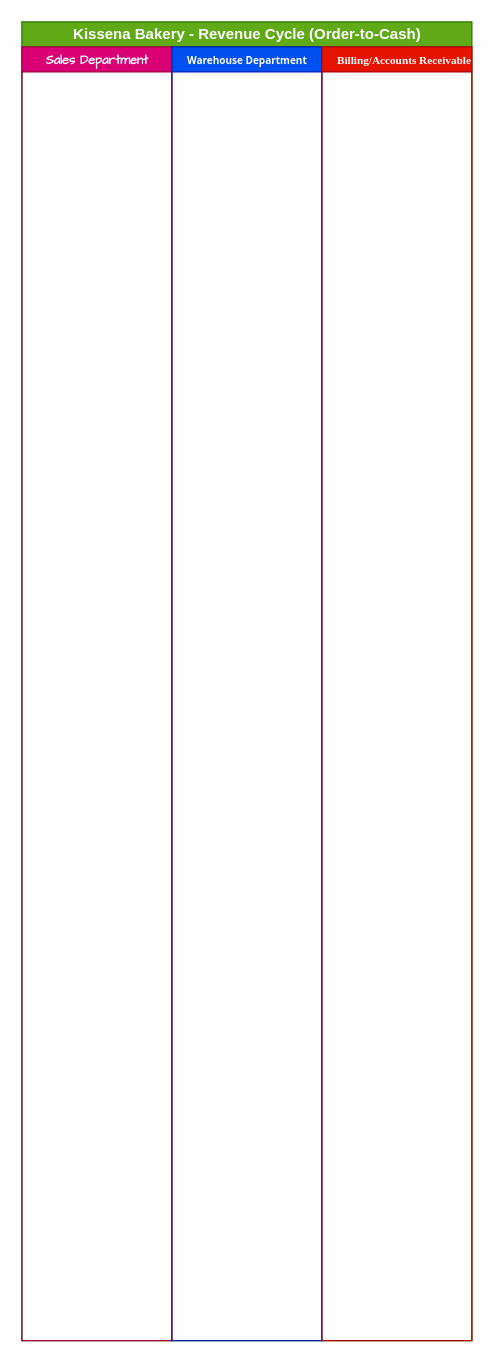
The draw.io diagram Revenue_Cycle_Controls.drawio in daisylealgarcia-hue/drawio, before the edit. Source tidied: cells renumbered, new cells numbered last; positions are measured from the earlier drawing's top-left corner, leaving out a move shared by most shapes. Both pictures are drawn from the tidied source at 125%, with x=0, y=0 at pixel (21, 21).
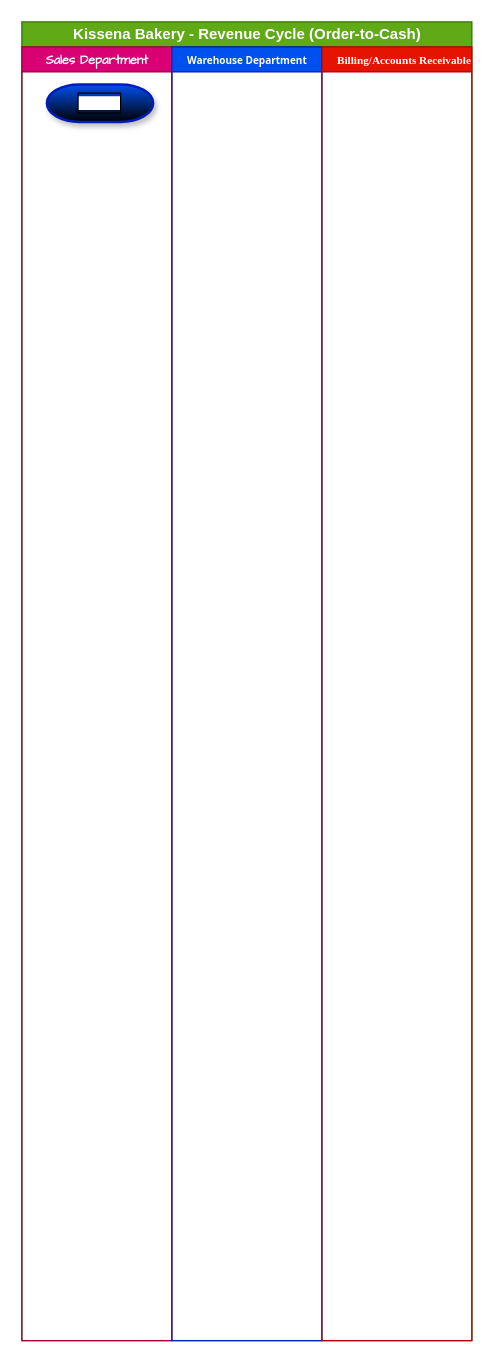
The same diagram, later.

Change to the diagram source:
```diff
@@
 <mxGraphModel>
   <root>
     <mxCell id="0" />
     <mxCell id="1" parent="0" />
     <mxCell id="2" value="Kissena Bakery - Revenue Cycle (Order-to-Cash)" style="swimlane;startSize=20;html=1;fillColor=#60a917;fontColor=#ffffff;strokeColor=#2D7600;" parent="1" vertex="1">
       <mxGeometry width="360" height="1055" as="geometry" />
     </mxCell>
     <mxCell id="3" value="&lt;font face=&quot;Comic Sans MS&quot; style=&quot;font-size: 10px;&quot;&gt;Sales Department&lt;/font&gt;" style="swimlane;startSize=20;html=1;fillColor=#d80073;fontColor=#ffffff;strokeColor=#A50040;" parent="2" vertex="1">
       <mxGeometry y="20" width="120" height="1035" as="geometry" />
     </mxCell>
+    <mxCell id="6" value="&lt;font style=&quot;font-size: 10px; background-color: light-dark(rgb(255, 255, 255), rgb(169, 196, 235));&quot;&gt;START&lt;/font&gt;" style="strokeWidth=2;html=1;shape=mxgraph.flowchart.terminator;whiteSpace=wrap;fillColor=#0050ef;fontColor=#ffffff;strokeColor=#001DBC;shadow=1;gradientColor=default;fontStyle=1;labelBorderColor=default;" parent="3" vertex="1">
+      <mxGeometry x="20" y="30" width="85" height="30" as="geometry" />
+    </mxCell>
     <mxCell id="4" value="&lt;font style=&quot;font-size: 8px;&quot; face=&quot;Tahoma&quot;&gt;Warehouse Department&lt;/font&gt;" style="swimlane;startSize=20;html=1;fillColor=#0050ef;fontColor=#ffffff;strokeColor=#001DBC;" parent="2" vertex="1">
       <mxGeometry x="120" y="20" width="120" height="1035" as="geometry" />
     </mxCell>
     <mxCell id="5" value="&lt;font style=&quot;font-size: 9px;&quot; face=&quot;Garamond&quot;&gt;&amp;nbsp; &amp;nbsp; &amp;nbsp;Billing/Accounts Receivable&lt;/font&gt;" style="swimlane;startSize=20;html=1;fillColor=#e51400;fontColor=#ffffff;strokeColor=#B20000;" parent="2" vertex="1">
       <mxGeometry x="240" y="20" width="120" height="1035" as="geometry" />
     </mxCell>
   </root>
 </mxGraphModel>
```
